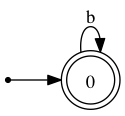
The Graphviz diagram exemples/automate_ND_ex4.png in PjPatSy/Pj205, before a commit. Its source is kept beside it as exemples/automate_ND_ex4.gv.
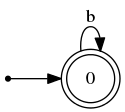
After the change.

Change to the diagram source:
```diff
@@ -6,8 +6,7 @@
 	node [shape = point ]; q;
 	node [shape = circle];
 
-	q -> 0;
+	q -> 0
 	0 -> 0 [label = "b"];
 
-
 }
```
